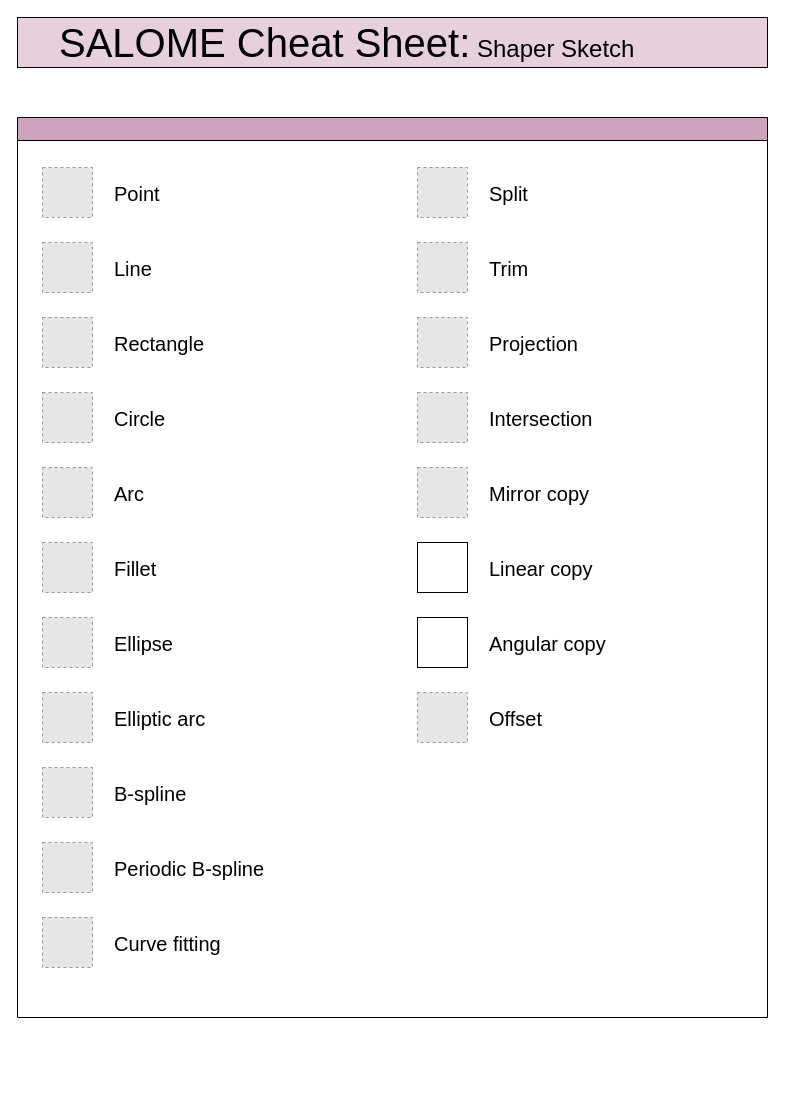
The draw.io diagram drawio/Shaper-sketch.drawio in EvokeMadness/SALOME-cheat-sheets, before the edit. Source tidied: cells renumbered, new cells numbered last; positions are measured from the earlier drawing's top-left corner, leaving out a move shared by most shapes. Both pictures are drawn from the tidied source at 100%, with x=0, y=0 at pixel (17, 17). Pictures stored in the file or linked from it are replaced by grey dashed boxes.
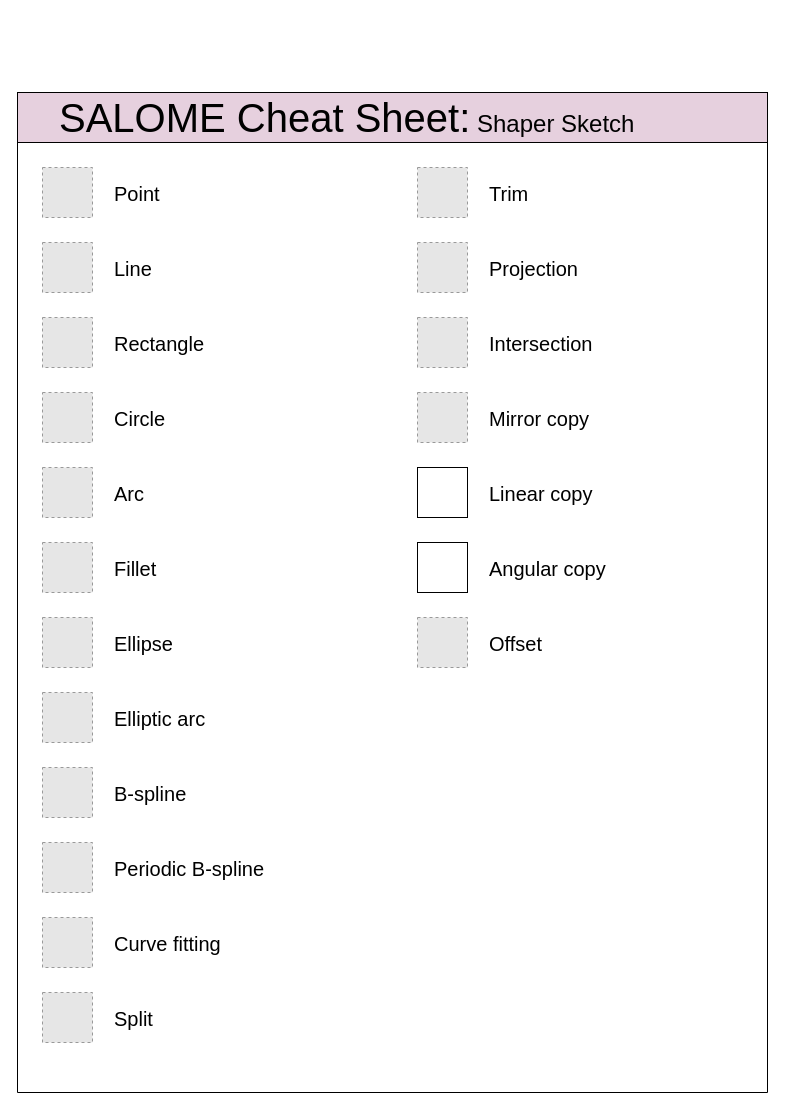
The same page after the edit.

Change to the diagram source:
```diff
@@
     <mxCell id="2" value="&lt;font style=&quot;font-size: 40px&quot;&gt;SALOME Cheat Sheet:&lt;/font&gt;&lt;font style=&quot;font-size: 24px&quot;&gt;&lt;font style=&quot;font-size: 24px&quot;&gt; &lt;/font&gt;&lt;font style=&quot;font-size: 24px&quot;&gt;Shaper Sketch&lt;/font&gt;&lt;/font&gt;" style="rounded=0;whiteSpace=wrap;html=1;align=left;spacingLeft=40;fontFamily=Helvetica;fillColor=#E6D0DE;fontColor=#000000;strokeColor=#000000;" parent="1" vertex="1">
-      <mxGeometry width="750" height="50" as="geometry" />
+      <mxGeometry y="75" width="750" height="50" as="geometry" />
     </mxCell>
-    <mxCell id="3" style="swimlane;fontSize=20;swimlaneFillColor=none;fillColor=#CDA2BE;fontColor=#000000;fontFamily=Helvetica;fontStyle=0;labelBorderColor=none;strokeColor=#000000;" parent="1" vertex="1">
-      <mxGeometry y="100" width="750" height="900" as="geometry" />
+    <mxCell id="3" style="swimlane;fontSize=20;swimlaneFillColor=none;fillColor=#CDA2BE;fontColor=#000000;fontFamily=Helvetica;fontStyle=0;labelBorderColor=none;strokeColor=#000000;startSize=0;" parent="1" vertex="1">
+      <mxGeometry y="125" width="750" height="950" as="geometry" />
     </mxCell>
@@
     <mxCell id="11" value="Trim" style="fillColor=#E6E6E6;strokeColor=#999999;dashed=1;verticalLabelPosition=middle;labelBackgroundColor=none;verticalAlign=middle;labelPosition=right;align=left;fontColor=#000000;fontSize=20;spacingLeft=20;fontFamily=Helvetica;" parent="1" vertex="1">
-      <mxGeometry x="400" y="225" width="50" height="50" as="geometry" />
+      <mxGeometry x="400" y="150" width="50" height="50" as="geometry" />
     </mxCell>
@@
     <mxCell id="14" value="Split" style="fillColor=#E6E6E6;strokeColor=#999999;dashed=1;verticalLabelPosition=middle;labelBackgroundColor=none;verticalAlign=middle;labelPosition=right;align=left;spacingLeft=20;fontSize=20;fontColor=#000000;fontFamily=Helvetica;" parent="1" vertex="1">
-      <mxGeometry x="400" y="150" width="50" height="50" as="geometry" />
+      <mxGeometry x="25" y="975" width="50" height="50" as="geometry" />
     </mxCell>
     <mxCell id="15" value="Projection" style="fillColor=#E6E6E6;strokeColor=#999999;dashed=1;verticalLabelPosition=middle;labelBackgroundColor=none;verticalAlign=middle;labelPosition=right;align=left;spacingLeft=20;fontSize=20;fontColor=#000000;fontFamily=Helvetica;" parent="1" vertex="1">
-      <mxGeometry x="400" y="300" width="50" height="50" as="geometry" />
+      <mxGeometry x="400" y="225" width="50" height="50" as="geometry" />
     </mxCell>
     <mxCell id="16" value="Intersection" style="fillColor=#E6E6E6;strokeColor=#999999;dashed=1;verticalLabelPosition=middle;labelBackgroundColor=none;verticalAlign=middle;labelPosition=right;align=left;spacingLeft=20;fontSize=20;fontColor=#000000;fontFamily=Helvetica;" parent="1" vertex="1">
-      <mxGeometry x="400" y="375" width="50" height="50" as="geometry" />
+      <mxGeometry x="400" y="300" width="50" height="50" as="geometry" />
     </mxCell>
@@
     <mxCell id="19" value="Mirror copy" style="fillColor=#E6E6E6;strokeColor=#999999;dashed=1;verticalLabelPosition=middle;labelBackgroundColor=none;verticalAlign=middle;labelPosition=right;align=left;fontColor=#000000;fontSize=20;spacingLeft=20;fontFamily=Helvetica;" parent="1" vertex="1">
-      <mxGeometry x="400" y="450" width="50" height="50" as="geometry" />
+      <mxGeometry x="400" y="375" width="50" height="50" as="geometry" />
     </mxCell>
     <mxCell id="20" value="Linear copy" style="verticalLabelPosition=middle;labelBackgroundColor=none;verticalAlign=middle;imageAspect=0;labelPosition=right;align=left;spacingLeft=20;fontSize=20;fontColor=#000000;fontFamily=Helvetica;imageBorder=#000000;fillColor=none;strokeWidth=1;strokeColor=#000000;" parent="1" vertex="1">
-      <mxGeometry x="400" y="525" width="50" height="50" as="geometry" />
+      <mxGeometry x="400" y="450" width="50" height="50" as="geometry" />
     </mxCell>
     <mxCell id="21" value="Angular copy" style="verticalLabelPosition=middle;labelBackgroundColor=none;verticalAlign=middle;imageAspect=0;labelPosition=right;align=left;spacingLeft=20;fontSize=20;fontColor=#000000;fontFamily=Helvetica;fillColor=none;strokeColor=#000000;" parent="1" vertex="1">
-      <mxGeometry x="400" y="600" width="50" height="50" as="geometry" />
+      <mxGeometry x="400" y="525" width="50" height="50" as="geometry" />
     </mxCell>
     <mxCell id="22" value="Offset" style="fillColor=#E6E6E6;strokeColor=#999999;dashed=1;verticalLabelPosition=middle;labelBackgroundColor=none;verticalAlign=middle;labelPosition=right;align=left;spacingLeft=20;fontSize=20;fontColor=#000000;fontFamily=Helvetica;" parent="1" vertex="1">
-      <mxGeometry x="400" y="675" width="50" height="50" as="geometry" />
+      <mxGeometry x="400" y="600" width="50" height="50" as="geometry" />
     </mxCell>
```
